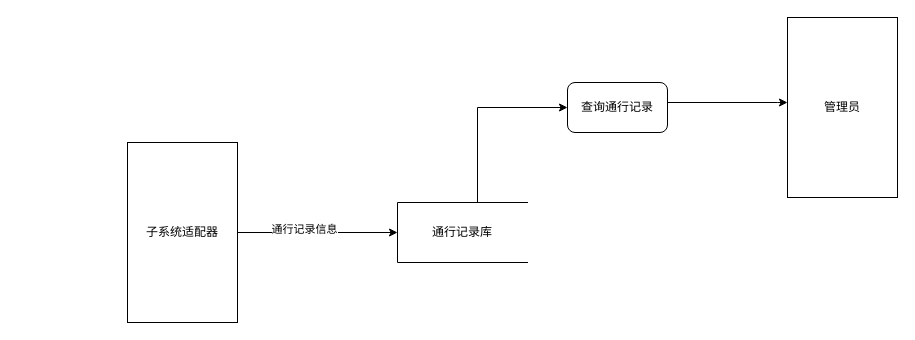
Before: 通行记录管理.drawio in Alger-g/diagrams, a draw.io diagram. Source tidied: cells renumbered, new cells numbered last; positions are measured from the earlier drawing's top-left corner, leaving out a move shared by most shapes. Both pictures are drawn from the tidied source at 100%, with x=0, y=0 at pixel (127, 17).
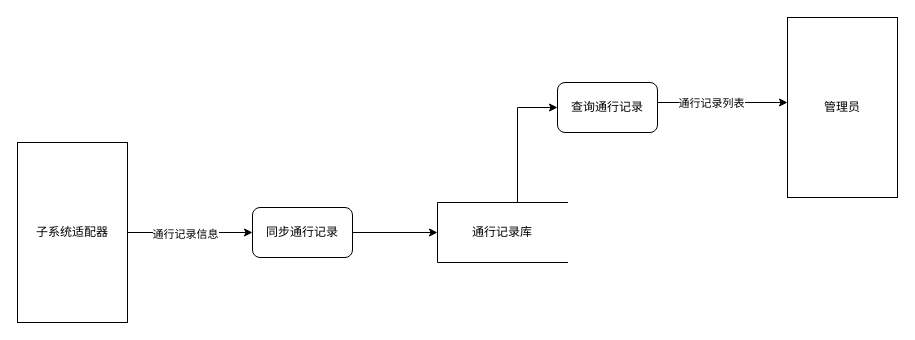
The same page after the edit.

Commit message:
更新通行记录管理.drawio

The edit, as a diff of the source:
```diff
@@
 <mxGraphModel>
   <root>
     <mxCell id="0" />
     <mxCell id="1" parent="0" />
     <mxCell id="2" style="edgeStyle=orthogonalEdgeStyle;rounded=0;jettySize=auto;html=1;entryX=0;entryY=0.5;entryDx=0;entryDy=0;" parent="1" edge="1" source="3" target="9">
       <mxGeometry relative="1" as="geometry">
         <Array as="points">
-          <mxPoint x="350" y="90" />
+          <mxPoint x="390" y="90" />
         </Array>
       </mxGeometry>
     </mxCell>
     <mxCell id="3" value="通行记录库" style="shape=partialRectangle;whiteSpace=wrap;html=1;bottom=1;right=1;left=1;top=0;fillColor=none;routingCenterX=-0.5;direction=south;" parent="1" vertex="1">
-      <mxGeometry x="270" y="185" width="130" height="60" as="geometry" />
+      <mxGeometry x="310" y="185" width="130" height="60" as="geometry" />
     </mxCell>
-    <mxCell id="4" style="edgeStyle=orthogonalEdgeStyle;rounded=0;jettySize=auto;html=1;" parent="1" edge="1" source="6" target="3">
-      <mxGeometry relative="1" as="geometry" />
-    </mxCell>
+    <mxCell id="10" style="edgeStyle=orthogonalEdgeStyle;rounded=0;jettySize=auto;html=1;entryX=0;entryY=0.5;entryDx=0;entryDy=0;" parent="1" edge="1" source="6" target="13">
+      <mxGeometry relative="1" as="geometry" />
+    </mxCell>
-    <mxCell id="5" value="通行记录信息" style="edgeLabel;html=1;align=center;verticalAlign=middle;" parent="4" vertex="1">
-      <mxGeometry x="-0.17" y="4" relative="1" as="geometry" />
+    <mxCell id="5" value="通行记录信息" style="edgeLabel;html=1;align=center;verticalAlign=middle;" parent="10" vertex="1">
+      <mxGeometry x="-0.09" y="-1" relative="1" as="geometry" />
     </mxCell>
     <mxCell id="6" value="子系统适配器" style="rounded=0;whiteSpace=wrap;html=1;" parent="1" vertex="1">
-      <mxGeometry y="125" width="110" height="180" as="geometry" />
+      <mxGeometry x="-110" y="125" width="110" height="180" as="geometry" />
     </mxCell>
     <mxCell id="7" value="管理员" style="rounded=0;whiteSpace=wrap;html=1;" parent="1" vertex="1">
       <mxGeometry x="660" width="110" height="180" as="geometry" />
     </mxCell>
     <mxCell id="8" style="edgeStyle=orthogonalEdgeStyle;rounded=0;jettySize=auto;html=1;" parent="1" edge="1" source="9" target="7">
       <mxGeometry relative="1" as="geometry">
         <Array as="points">
           <mxPoint x="650" y="85" />
           <mxPoint x="650" y="85" />
         </Array>
       </mxGeometry>
     </mxCell>
+    <mxCell id="11" value="通行记录列表" style="edgeLabel;html=1;align=center;verticalAlign=middle;" parent="8" vertex="1">
+      <mxGeometry x="-0.19" relative="1" as="geometry" />
+    </mxCell>
     <mxCell id="9" value="查询通行记录" style="rounded=1;whiteSpace=wrap;html=1;" parent="1" vertex="1">
-      <mxGeometry x="440" y="65" width="100" height="50" as="geometry" />
+      <mxGeometry x="430" y="65" width="100" height="50" as="geometry" />
     </mxCell>
+    <mxCell id="12" style="edgeStyle=orthogonalEdgeStyle;rounded=0;jettySize=auto;html=1;entryX=0.5;entryY=1;entryDx=0;entryDy=0;" parent="1" edge="1" source="13" target="3">
+      <mxGeometry relative="1" as="geometry" />
+    </mxCell>
+    <mxCell id="13" value="同步通行记录" style="rounded=1;whiteSpace=wrap;html=1;" parent="1" vertex="1">
+      <mxGeometry x="125" y="190" width="100" height="50" as="geometry" />
+    </mxCell>
   </root>
 </mxGraphModel>
```
